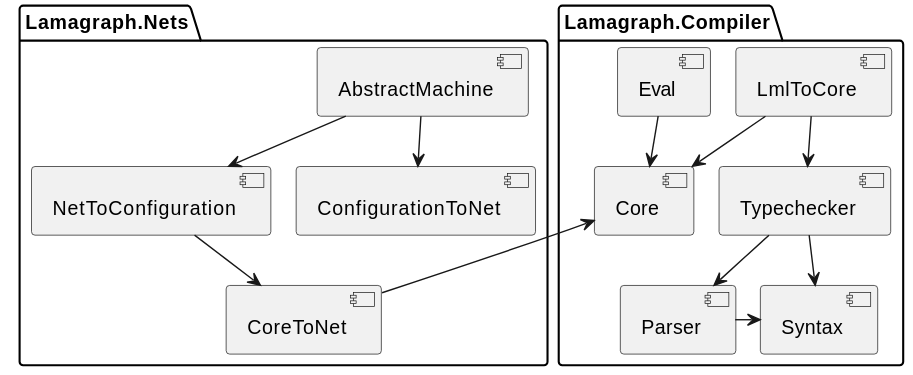
Earlier version of the PlantUML export reports/bachelor-thesis/figures/components.svg (WoWaster/documents).
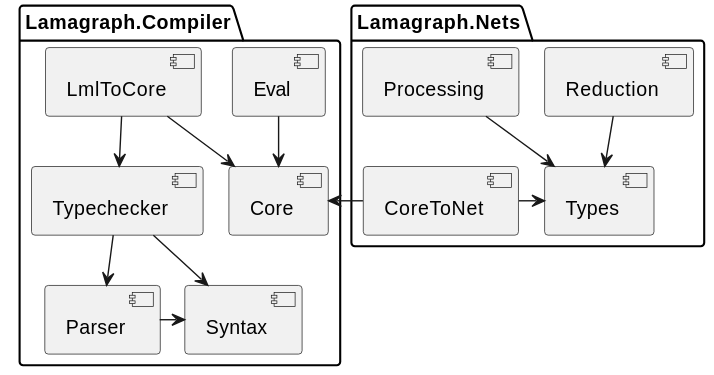
The same diagram one commit later.

Diff of the diagram source:
```diff
@@ -1,6 +1,5 @@
 @startuml
 !pragma layout smetana
-
 
 package Lamagraph.Compiler {
     component Syntax
@@ -19,18 +18,15 @@
 Parser -> Syntax
 
 package Lamagraph.Nets {
+    component Reduction
+    component Processing
+    component Types
     component CoreToNet
-    component NetToConfiguration
-    component ConfigurationToNet
-    component AbstractMachine
 }
 
-NetToConfiguration --> CoreToNet
-AbstractMachine --> NetToConfiguration
-AbstractMachine --> ConfigurationToNet
-
-
-Lamagraph.Nets -[norank,hidden]> Lamagraph.Compiler
-Lamagraph.Compiler -[hidden]> Lamagraph.Nets
-CoreToNet -[norank]> Core
+Reduction --> Types
+Processing --> Types
+CoreToNet -> Core
+CoreToNet -> Types
+Processing --[hidden]> Core
 @enduml
```
